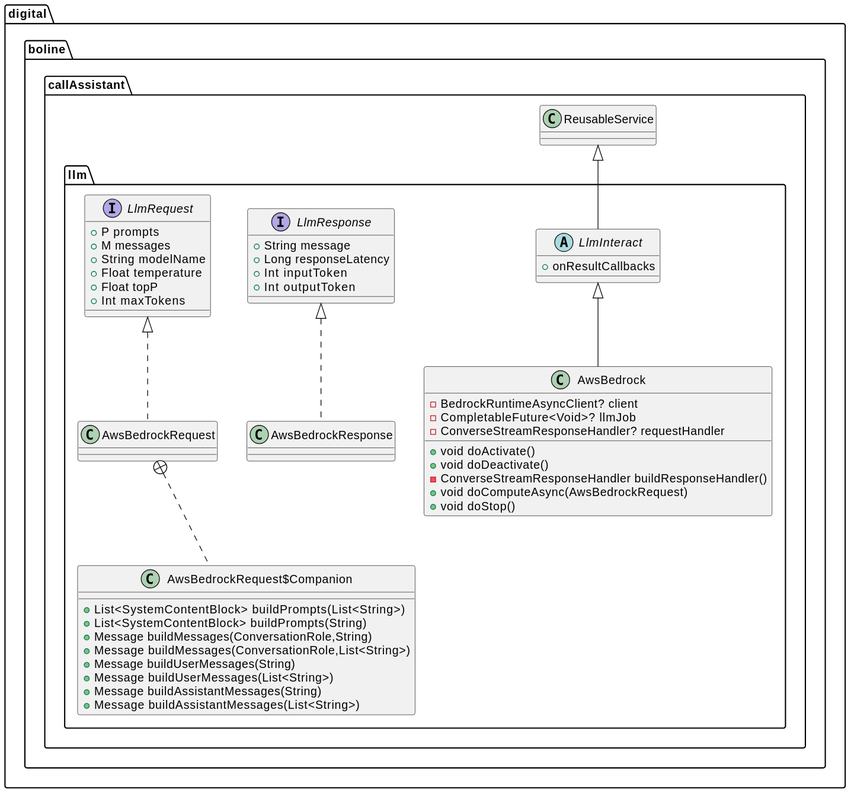
Before: doc/uml/llm.svg, a diagram exported from PlantUML (buoncubi/call_assistant).
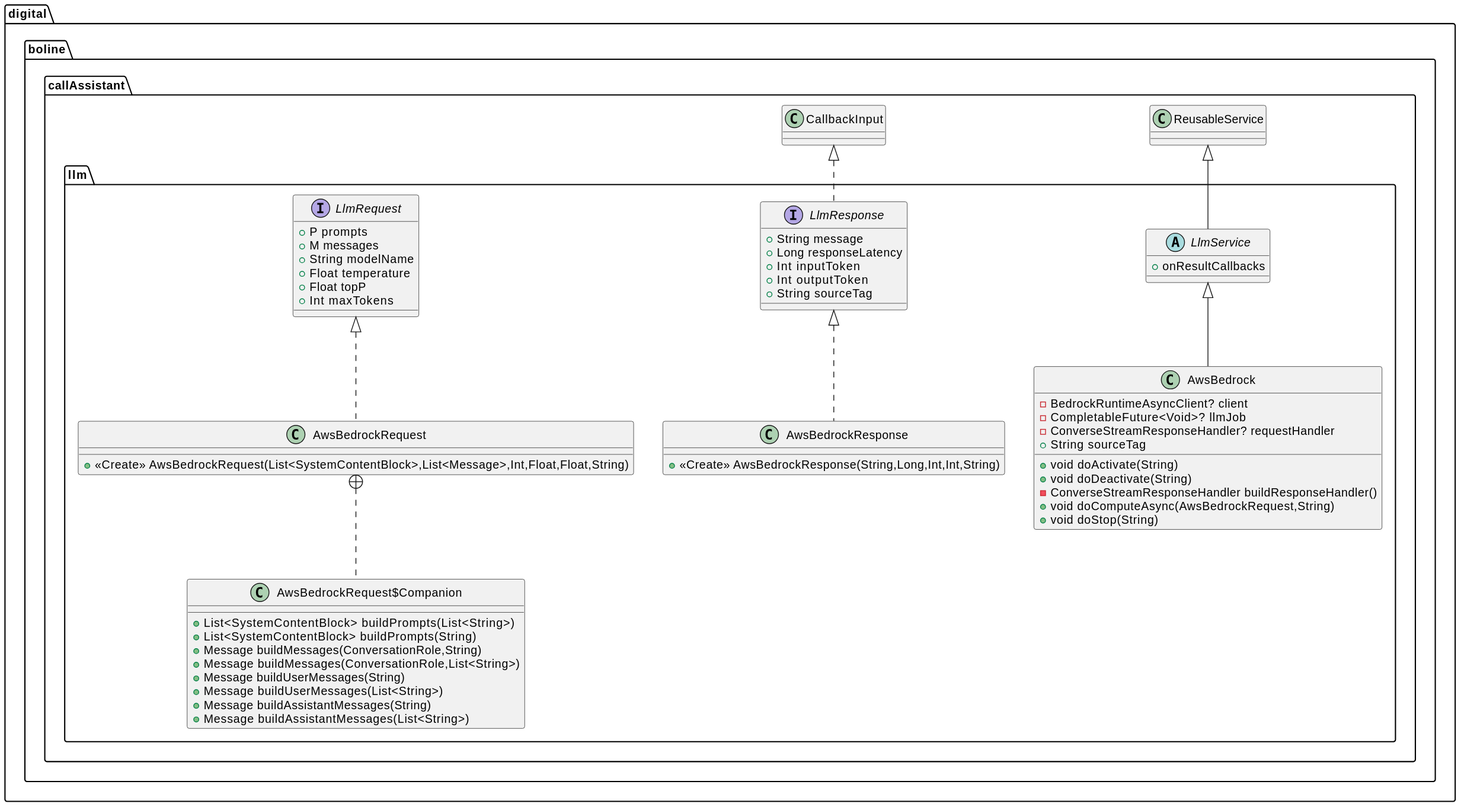
Above is the later version.

Change to the diagram source:
```diff
@@ -11,18 +11,23 @@
 }
 
 class digital.boline.callAssistant.llm.AwsBedrockRequest {
++ <<Create>> AwsBedrockRequest(List<SystemContentBlock>,List<Message>,Int,Float,Float,String)
 }
+
 class digital.boline.callAssistant.llm.AwsBedrockResponse {
++ <<Create>> AwsBedrockResponse(String,Long,Int,Int,String)
 }
+
 class digital.boline.callAssistant.llm.AwsBedrock {
 - BedrockRuntimeAsyncClient? client
 - CompletableFuture<Void>? llmJob
 - ConverseStreamResponseHandler? requestHandler
-+ void doActivate()
-+ void doDeactivate()
++ String sourceTag
++ void doActivate(String)
++ void doDeactivate(String)
 - ConverseStreamResponseHandler buildResponseHandler()
-+ void doComputeAsync(AwsBedrockRequest)
-+ void doStop()
++ void doComputeAsync(AwsBedrockRequest,String)
++ void doStop(String)
 }
 
 
@@ -40,9 +45,10 @@
 + Long responseLatency
 + Int inputToken
 + Int outputToken
++ String sourceTag
 }
 
-abstract class digital.boline.callAssistant.llm.LlmInteract {
+abstract class digital.boline.callAssistant.llm.LlmService {
 +  onResultCallbacks
 }
 
@@ -51,6 +57,7 @@
 digital.boline.callAssistant.llm.AwsBedrockRequest +.. digital.boline.callAssistant.llm.AwsBedrockRequest$Companion
 digital.boline.callAssistant.llm.LlmRequest <|.. digital.boline.callAssistant.llm.AwsBedrockRequest
 digital.boline.callAssistant.llm.LlmResponse <|.. digital.boline.callAssistant.llm.AwsBedrockResponse
-digital.boline.callAssistant.llm.LlmInteract <|-- digital.boline.callAssistant.llm.AwsBedrock
-digital.boline.callAssistant.ReusableService <|-- digital.boline.callAssistant.llm.LlmInteract
+digital.boline.callAssistant.llm.LlmService <|-- digital.boline.callAssistant.llm.AwsBedrock
+digital.boline.callAssistant.CallbackInput <|.. digital.boline.callAssistant.llm.LlmResponse
+digital.boline.callAssistant.ReusableService <|-- digital.boline.callAssistant.llm.LlmService
 @enduml
```
